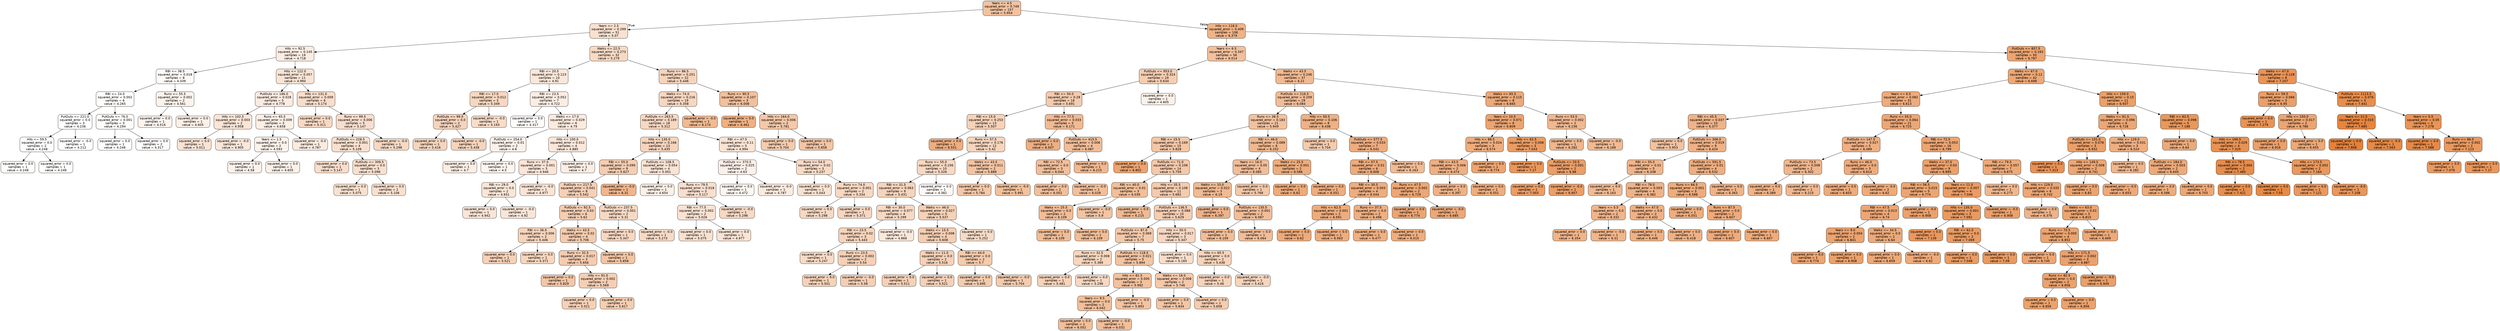
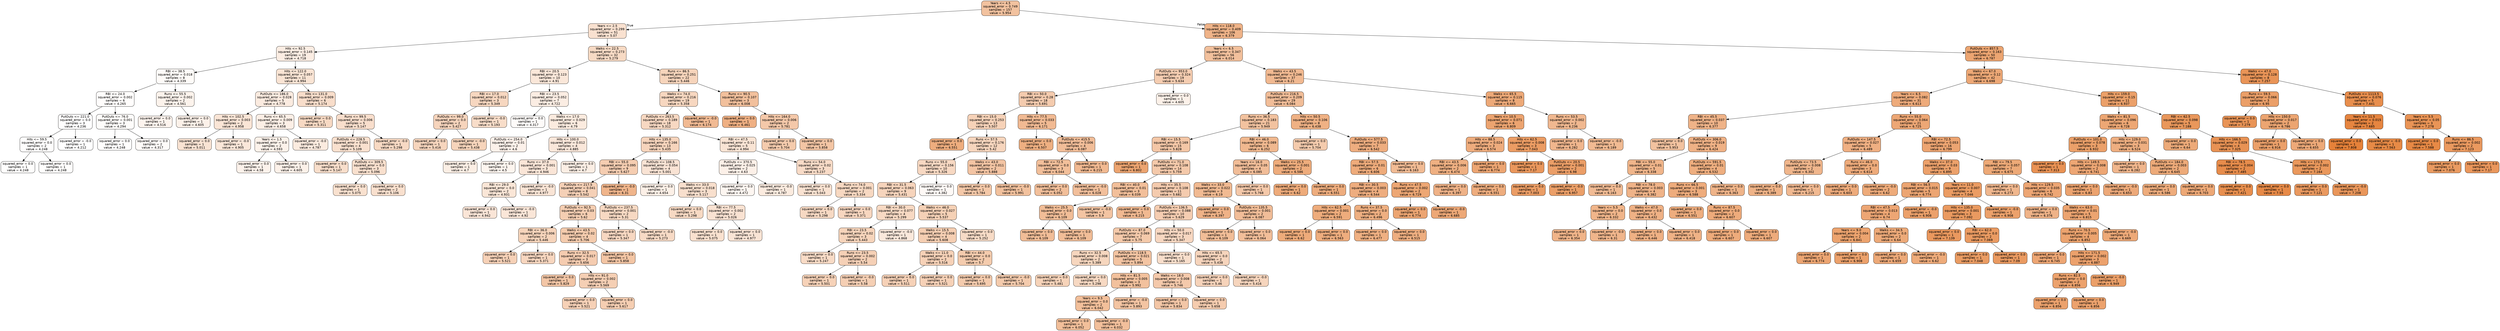
digraph Tree {
node [shape=box, style="filled, rounded", color="black", fontname="helvetica"] ;
edge [fontname="helvetica"] ;
0 [label="Years <= 4.5\nsquared_error = 0.749\nsamples = 157\nvalue = 5.954", fillcolor="#f2c29f"] ;
1 [label="Years <= 2.5\nsquared_error = 0.299\nsamples = 51\nvalue = 5.07", fillcolor="#f9e1d0"] ;
0 -> 1 [labeldistance=2.5, labelangle=45, headlabel="True"] ;
2 [label="Hits <= 92.5\nsquared_error = 0.145\nsamples = 19\nvalue = 4.718", fillcolor="#fbede3"] ;
1 -> 2 ;
3 [label="RBI <= 38.5\nsquared_error = 0.018\nsamples = 8\nvalue = 4.339", fillcolor="#fefbf8"] ;
2 -> 3 ;
4 [label="RBI <= 24.0\nsquared_error = 0.002\nsamples = 6\nvalue = 4.265", fillcolor="#fffdfc"] ;
3 -> 4 ;
5 [label="PutOuts <= 221.0\nsquared_error = 0.0\nsamples = 3\nvalue = 4.236", fillcolor="#fffefe"] ;
4 -> 5 ;
6 [label="Hits <= 59.5\nsquared_error = 0.0\nsamples = 2\nvalue = 4.248", fillcolor="#fffefd"] ;
5 -> 6 ;
7 [label="squared_error = 0.0\nsamples = 1\nvalue = 4.248", fillcolor="#fffefd"] ;
6 -> 7 ;
8 [label="squared_error = 0.0\nsamples = 1\nvalue = 4.248", fillcolor="#fffefd"] ;
6 -> 8 ;
9 [label="squared_error = -0.0\nsamples = 1\nvalue = 4.212", fillcolor="#ffffff"] ;
5 -> 9 ;
10 [label="PutOuts <= 76.0\nsquared_error = 0.001\nsamples = 3\nvalue = 4.294", fillcolor="#fefcfa"] ;
4 -> 10 ;
11 [label="squared_error = 0.0\nsamples = 1\nvalue = 4.248", fillcolor="#fffefd"] ;
10 -> 11 ;
12 [label="squared_error = 0.0\nsamples = 2\nvalue = 4.317", fillcolor="#fefbf9"] ;
10 -> 12 ;
13 [label="Runs <= 55.5\nsquared_error = 0.002\nsamples = 2\nvalue = 4.561", fillcolor="#fcf3ec"] ;
3 -> 13 ;
14 [label="squared_error = 0.0\nsamples = 1\nvalue = 4.516", fillcolor="#fdf4ee"] ;
13 -> 14 ;
15 [label="squared_error = 0.0\nsamples = 1\nvalue = 4.605", fillcolor="#fcf1e9"] ;
13 -> 15 ;
16 [label="Hits <= 122.0\nsquared_error = 0.057\nsamples = 11\nvalue = 4.994", fillcolor="#f9e4d4"] ;
2 -> 16 ;
17 [label="PutOuts <= 186.0\nsquared_error = 0.028\nsamples = 5\nvalue = 4.778", fillcolor="#fbebe0"] ;
16 -> 17 ;
18 [label="Hits <= 102.5\nsquared_error = 0.003\nsamples = 2\nvalue = 4.958", fillcolor="#fae5d6"] ;
17 -> 18 ;
19 [label="squared_error = 0.0\nsamples = 1\nvalue = 5.011", fillcolor="#f9e3d3"] ;
18 -> 19 ;
20 [label="squared_error = -0.0\nsamples = 1\nvalue = 4.905", fillcolor="#fae7d9"] ;
18 -> 20 ;
21 [label="Runs <= 65.5\nsquared_error = 0.009\nsamples = 3\nvalue = 4.658", fillcolor="#fcefe6"] ;
17 -> 21 ;
22 [label="Years <= 1.5\nsquared_error = 0.0\nsamples = 2\nvalue = 4.593", fillcolor="#fcf2ea"] ;
21 -> 22 ;
23 [label="squared_error = 0.0\nsamples = 1\nvalue = 4.58", fillcolor="#fcf2eb"] ;
22 -> 23 ;
24 [label="squared_error = 0.0\nsamples = 1\nvalue = 4.605", fillcolor="#fcf1e9"] ;
22 -> 24 ;
25 [label="squared_error = -0.0\nsamples = 1\nvalue = 4.787", fillcolor="#fbebdf"] ;
21 -> 25 ;
26 [label="Hits <= 131.0\nsquared_error = 0.009\nsamples = 6\nvalue = 5.174", fillcolor="#f8ddca"] ;
16 -> 26 ;
27 [label="squared_error = 0.0\nsamples = 1\nvalue = 5.311", fillcolor="#f7d9c3"] ;
26 -> 27 ;
28 [label="Runs <= 99.5\nsquared_error = 0.006\nsamples = 5\nvalue = 5.147", fillcolor="#f8decc"] ;
26 -> 28 ;
29 [label="PutOuts <= 228.5\nsquared_error = 0.001\nsamples = 4\nvalue = 5.109", fillcolor="#f9e0ce"] ;
28 -> 29 ;
30 [label="squared_error = 0.0\nsamples = 1\nvalue = 5.147", fillcolor="#f8decb"] ;
29 -> 30 ;
31 [label="PutOuts <= 309.5\nsquared_error = 0.0\nsamples = 3\nvalue = 5.096", fillcolor="#f9e0ce"] ;
29 -> 31 ;
32 [label="squared_error = 0.0\nsamples = 1\nvalue = 5.075", fillcolor="#f9e1cf"] ;
31 -> 32 ;
33 [label="squared_error = 0.0\nsamples = 2\nvalue = 5.106", fillcolor="#f9e0ce"] ;
31 -> 33 ;
34 [label="squared_error = -0.0\nsamples = 1\nvalue = 5.298", fillcolor="#f7d9c3"] ;
28 -> 34 ;
35 [label="Walks <= 22.5\nsquared_error = 0.273\nsamples = 32\nvalue = 5.279", fillcolor="#f7dac4"] ;
1 -> 35 ;
36 [label="RBI <= 20.5\nsquared_error = 0.123\nsamples = 10\nvalue = 4.91", fillcolor="#fae7d9"] ;
35 -> 36 ;
37 [label="RBI <= 17.0\nsquared_error = 0.012\nsamples = 3\nvalue = 5.349", fillcolor="#f7d7c0"] ;
36 -> 37 ;
38 [label="PutOuts <= 99.0\nsquared_error = 0.0\nsamples = 2\nvalue = 5.427", fillcolor="#f6d4bc"] ;
37 -> 38 ;
39 [label="squared_error = 0.0\nsamples = 1\nvalue = 5.416", fillcolor="#f6d5bd"] ;
38 -> 39 ;
40 [label="squared_error = -0.0\nsamples = 1\nvalue = 5.438", fillcolor="#f6d4bb"] ;
38 -> 40 ;
41 [label="squared_error = -0.0\nsamples = 1\nvalue = 5.193", fillcolor="#f8ddc9"] ;
37 -> 41 ;
42 [label="RBI <= 23.5\nsquared_error = 0.052\nsamples = 7\nvalue = 4.722", fillcolor="#fbede3"] ;
36 -> 42 ;
43 [label="squared_error = 0.0\nsamples = 1\nvalue = 4.317", fillcolor="#fefbf9"] ;
42 -> 43 ;
44 [label="Walks <= 17.0\nsquared_error = 0.029\nsamples = 6\nvalue = 4.79", fillcolor="#fbebdf"] ;
42 -> 44 ;
45 [label="PutOuts <= 254.0\nsquared_error = 0.01\nsamples = 2\nvalue = 4.6", fillcolor="#fcf1ea"] ;
44 -> 45 ;
46 [label="squared_error = 0.0\nsamples = 1\nvalue = 4.7", fillcolor="#fbeee4"] ;
45 -> 46 ;
47 [label="squared_error = 0.0\nsamples = 1\nvalue = 4.5", fillcolor="#fdf5ef"] ;
45 -> 47 ;
48 [label="Hits <= 100.0\nsquared_error = 0.012\nsamples = 4\nvalue = 4.885", fillcolor="#fae7da"] ;
44 -> 48 ;
49 [label="Runs <= 37.0\nsquared_error = 0.001\nsamples = 3\nvalue = 4.946", fillcolor="#fae5d7"] ;
48 -> 49 ;
50 [label="RBI <= 29.0\nsquared_error = 0.0\nsamples = 2\nvalue = 4.931", fillcolor="#fae6d7"] ;
49 -> 50 ;
51 [label="squared_error = 0.0\nsamples = 1\nvalue = 4.942", fillcolor="#fae5d7"] ;
50 -> 51 ;
52 [label="squared_error = -0.0\nsamples = 1\nvalue = 4.92", fillcolor="#fae6d8"] ;
50 -> 52 ;
53 [label="squared_error = -0.0\nsamples = 1\nvalue = 4.977", fillcolor="#f9e4d5"] ;
49 -> 53 ;
54 [label="squared_error = 0.0\nsamples = 1\nvalue = 4.7", fillcolor="#fbeee4"] ;
48 -> 54 ;
55 [label="Runs <= 86.5\nsquared_error = 0.251\nsamples = 22\nvalue = 5.446", fillcolor="#f6d4bb"] ;
35 -> 55 ;
56 [label="Walks <= 74.0\nsquared_error = 0.216\nsamples = 19\nvalue = 5.358", fillcolor="#f7d7c0"] ;
55 -> 56 ;
57 [label="PutOuts <= 263.5\nsquared_error = 0.189\nsamples = 18\nvalue = 5.312", fillcolor="#f7d8c2"] ;
56 -> 57 ;
58 [label="Hits <= 135.0\nsquared_error = 0.166\nsamples = 13\nvalue = 5.435", fillcolor="#f6d4bc"] ;
57 -> 58 ;
59 [label="RBI <= 55.0\nsquared_error = 0.095\nsamples = 9\nvalue = 5.627", fillcolor="#f5cdb1"] ;
58 -> 59 ;
60 [label="PutOuts <= 217.5\nsquared_error = 0.041\nsamples = 8\nvalue = 5.542", fillcolor="#f5d0b6"] ;
59 -> 60 ;
61 [label="PutOuts <= 92.5\nsquared_error = 0.03\nsamples = 6\nvalue = 5.62", fillcolor="#f5ceb2"] ;
60 -> 61 ;
62 [label="RBI <= 36.0\nsquared_error = 0.006\nsamples = 2\nvalue = 5.446", fillcolor="#f6d4bb"] ;
61 -> 62 ;
63 [label="squared_error = 0.0\nsamples = 1\nvalue = 5.521", fillcolor="#f6d1b7"] ;
62 -> 63 ;
64 [label="squared_error = 0.0\nsamples = 1\nvalue = 5.371", fillcolor="#f7d6bf"] ;
62 -> 64 ;
65 [label="Walks <= 43.5\nsquared_error = 0.02\nsamples = 4\nvalue = 5.706", fillcolor="#f4cbad"] ;
61 -> 65 ;
66 [label="Runs <= 32.5\nsquared_error = 0.017\nsamples = 3\nvalue = 5.656", fillcolor="#f5ccb0"] ;
65 -> 66 ;
67 [label="squared_error = 0.0\nsamples = 1\nvalue = 5.829", fillcolor="#f3c6a6"] ;
66 -> 67 ;
68 [label="Hits <= 91.0\nsquared_error = 0.002\nsamples = 2\nvalue = 5.569", fillcolor="#f5cfb4"] ;
66 -> 68 ;
69 [label="squared_error = 0.0\nsamples = 1\nvalue = 5.521", fillcolor="#f6d1b7"] ;
68 -> 69 ;
70 [label="squared_error = 0.0\nsamples = 1\nvalue = 5.617", fillcolor="#f5ceb2"] ;
68 -> 70 ;
71 [label="squared_error = 0.0\nsamples = 1\nvalue = 5.858", fillcolor="#f3c5a4"] ;
65 -> 71 ;
72 [label="PutOuts <= 237.5\nsquared_error = 0.001\nsamples = 2\nvalue = 5.31", fillcolor="#f7d9c3"] ;
60 -> 72 ;
73 [label="squared_error = 0.0\nsamples = 1\nvalue = 5.347", fillcolor="#f7d7c1"] ;
72 -> 73 ;
74 [label="squared_error = -0.0\nsamples = 1\nvalue = 5.273", fillcolor="#f7dac5"] ;
72 -> 74 ;
75 [label="squared_error = -0.0\nsamples = 1\nvalue = 6.31", fillcolor="#f0b58b"] ;
59 -> 75 ;
76 [label="PutOuts <= 108.5\nsquared_error = 0.054\nsamples = 4\nvalue = 5.001", fillcolor="#f9e3d4"] ;
58 -> 76 ;
77 [label="squared_error = 0.0\nsamples = 1\nvalue = 4.654", fillcolor="#fcf0e7"] ;
76 -> 77 ;
- 78 [label="Runs <= 79.5\nsquared_error = 0.018\nsamples = 3\nvalue = 5.117", fillcolor="#f8dfcd"] ;
+ 78 [label="Walks <= 33.0\nsquared_error = 0.018\nsamples = 3\nvalue = 5.117", fillcolor="#f8dfcd"] ;
76 -> 78 ;
- 79 [label="RBI <= 77.5\nsquared_error = 0.002\nsamples = 2\nvalue = 5.026", fillcolor="#f9e2d2"] ;
+ 79 [label="squared_error = 0.0\nsamples = 1\nvalue = 5.298", fillcolor="#f7d9c3"] ;
78 -> 79 ;
- 80 [label="squared_error = 0.0\nsamples = 1\nvalue = 5.075", fillcolor="#f9e1cf"] ;
- 79 -> 80 ;
- 81 [label="squared_error = 0.0\nsamples = 1\nvalue = 4.977", fillcolor="#f9e4d5"] ;
- 79 -> 81 ;
- 82 [label="squared_error = -0.0\nsamples = 1\nvalue = 5.298", fillcolor="#f7d9c3"] ;
- 78 -> 82 ;
+ 80 [label="RBI <= 77.5\nsquared_error = 0.002\nsamples = 2\nvalue = 5.026", fillcolor="#f9e2d2"] ;
+ 78 -> 80 ;
+ 81 [label="squared_error = 0.0\nsamples = 1\nvalue = 5.075", fillcolor="#f9e1cf"] ;
+ 80 -> 81 ;
+ 82 [label="squared_error = 0.0\nsamples = 1\nvalue = 4.977", fillcolor="#f9e4d5"] ;
+ 80 -> 82 ;
83 [label="RBI <= 47.5\nsquared_error = 0.11\nsamples = 5\nvalue = 4.994", fillcolor="#f9e4d4"] ;
57 -> 83 ;
84 [label="PutOuts <= 370.5\nsquared_error = 0.025\nsamples = 2\nvalue = 4.63", fillcolor="#fcf0e8"] ;
83 -> 84 ;
85 [label="squared_error = 0.0\nsamples = 1\nvalue = 4.472", fillcolor="#fdf6f1"] ;
84 -> 85 ;
86 [label="squared_error = -0.0\nsamples = 1\nvalue = 4.787", fillcolor="#fbebdf"] ;
84 -> 86 ;
87 [label="Runs <= 54.0\nsquared_error = 0.02\nsamples = 3\nvalue = 5.237", fillcolor="#f8dbc7"] ;
83 -> 87 ;
88 [label="squared_error = 0.0\nsamples = 1\nvalue = 5.043", fillcolor="#f9e2d1"] ;
87 -> 88 ;
89 [label="Runs <= 74.0\nsquared_error = 0.001\nsamples = 2\nvalue = 5.334", fillcolor="#f7d8c1"] ;
87 -> 89 ;
90 [label="squared_error = 0.0\nsamples = 1\nvalue = 5.298", fillcolor="#f7d9c3"] ;
89 -> 90 ;
91 [label="squared_error = 0.0\nsamples = 1\nvalue = 5.371", fillcolor="#f7d6bf"] ;
89 -> 91 ;
92 [label="squared_error = -0.0\nsamples = 1\nvalue = 6.174", fillcolor="#f1ba93"] ;
56 -> 92 ;
93 [label="Runs <= 90.5\nsquared_error = 0.107\nsamples = 3\nvalue = 6.008", fillcolor="#f2c09c"] ;
55 -> 93 ;
94 [label="squared_error = 0.0\nsamples = 1\nvalue = 6.461", fillcolor="#efb083"] ;
93 -> 94 ;
95 [label="Hits <= 164.0\nsquared_error = 0.006\nsamples = 2\nvalue = 5.781", fillcolor="#f4c8a9"] ;
93 -> 95 ;
96 [label="squared_error = 0.0\nsamples = 1\nvalue = 5.704", fillcolor="#f4cbad"] ;
95 -> 96 ;
97 [label="squared_error = 0.0\nsamples = 1\nvalue = 5.858", fillcolor="#f3c5a4"] ;
95 -> 97 ;
98 [label="Hits <= 118.0\nsquared_error = 0.409\nsamples = 106\nvalue = 6.379", fillcolor="#efb388"] ;
0 -> 98 [labeldistance=2.5, labelangle=-45, headlabel="False"] ;
99 [label="Years <= 6.5\nsquared_error = 0.347\nsamples = 56\nvalue = 6.014", fillcolor="#f2c09c"] ;
98 -> 99 ;
100 [label="PutOuts <= 953.0\nsquared_error = 0.324\nsamples = 19\nvalue = 5.634", fillcolor="#f5cdb1"] ;
99 -> 100 ;
101 [label="RBI <= 50.0\nsquared_error = 0.28\nsamples = 18\nvalue = 5.691", fillcolor="#f4cbae"] ;
100 -> 101 ;
102 [label="RBI <= 15.0\nsquared_error = 0.253\nsamples = 13\nvalue = 5.507", fillcolor="#f6d2b8"] ;
101 -> 102 ;
103 [label="squared_error = 0.0\nsamples = 1\nvalue = 6.551", fillcolor="#eead7e"] ;
102 -> 103 ;
104 [label="Runs <= 57.5\nsquared_error = 0.176\nsamples = 12\nvalue = 5.42", fillcolor="#f6d5bd"] ;
102 -> 104 ;
105 [label="Runs <= 55.0\nsquared_error = 0.156\nsamples = 10\nvalue = 5.326", fillcolor="#f7d8c2"] ;
104 -> 105 ;
106 [label="RBI <= 31.5\nsquared_error = 0.063\nsamples = 9\nvalue = 5.431", fillcolor="#f6d4bc"] ;
105 -> 106 ;
107 [label="RBI <= 30.0\nsquared_error = 0.077\nsamples = 4\nvalue = 5.299", fillcolor="#f7d9c3"] ;
106 -> 107 ;
108 [label="RBI <= 23.5\nsquared_error = 0.02\nsamples = 3\nvalue = 5.443", fillcolor="#f6d4bb"] ;
107 -> 108 ;
109 [label="squared_error = 0.0\nsamples = 1\nvalue = 5.247", fillcolor="#f8dbc6"] ;
108 -> 109 ;
110 [label="Runs <= 23.5\nsquared_error = 0.002\nsamples = 2\nvalue = 5.54", fillcolor="#f5d0b6"] ;
108 -> 110 ;
111 [label="squared_error = 0.0\nsamples = 1\nvalue = 5.501", fillcolor="#f6d2b8"] ;
110 -> 111 ;
112 [label="squared_error = -0.0\nsamples = 1\nvalue = 5.58", fillcolor="#f5cfb4"] ;
110 -> 112 ;
113 [label="squared_error = -0.0\nsamples = 1\nvalue = 4.868", fillcolor="#fae8db"] ;
107 -> 113 ;
114 [label="Walks <= 46.0\nsquared_error = 0.027\nsamples = 5\nvalue = 5.537", fillcolor="#f5d1b6"] ;
106 -> 114 ;
115 [label="Walks <= 15.5\nsquared_error = 0.008\nsamples = 4\nvalue = 5.608", fillcolor="#f5ceb2"] ;
114 -> 115 ;
116 [label="Walks <= 11.0\nsquared_error = 0.0\nsamples = 2\nvalue = 5.516", fillcolor="#f6d1b7"] ;
115 -> 116 ;
117 [label="squared_error = 0.0\nsamples = 1\nvalue = 5.511", fillcolor="#f6d1b7"] ;
116 -> 117 ;
118 [label="squared_error = 0.0\nsamples = 1\nvalue = 5.521", fillcolor="#f6d1b7"] ;
116 -> 118 ;
119 [label="RBI <= 44.0\nsquared_error = 0.0\nsamples = 2\nvalue = 5.7", fillcolor="#f4cbad"] ;
115 -> 119 ;
120 [label="squared_error = 0.0\nsamples = 1\nvalue = 5.695", fillcolor="#f4cbad"] ;
119 -> 120 ;
121 [label="squared_error = -0.0\nsamples = 1\nvalue = 5.704", fillcolor="#f4cbad"] ;
119 -> 121 ;
122 [label="squared_error = 0.0\nsamples = 1\nvalue = 5.252", fillcolor="#f7dbc6"] ;
114 -> 122 ;
123 [label="squared_error = 0.0\nsamples = 1\nvalue = 4.382", fillcolor="#fef9f6"] ;
105 -> 123 ;
124 [label="Walks <= 43.0\nsquared_error = 0.011\nsamples = 2\nvalue = 5.888", fillcolor="#f3c4a3"] ;
104 -> 124 ;
125 [label="squared_error = 0.0\nsamples = 1\nvalue = 5.784", fillcolor="#f4c8a8"] ;
124 -> 125 ;
126 [label="squared_error = -0.0\nsamples = 1\nvalue = 5.991", fillcolor="#f2c19d"] ;
124 -> 126 ;
127 [label="Hits <= 77.5\nsquared_error = 0.033\nsamples = 5\nvalue = 6.171", fillcolor="#f1ba93"] ;
101 -> 127 ;
128 [label="squared_error = 0.0\nsamples = 1\nvalue = 6.507", fillcolor="#eeaf81"] ;
127 -> 128 ;
129 [label="PutOuts <= 415.5\nsquared_error = 0.006\nsamples = 4\nvalue = 6.087", fillcolor="#f1bd98"] ;
127 -> 129 ;
130 [label="RBI <= 72.5\nsquared_error = 0.0\nsamples = 3\nvalue = 6.044", fillcolor="#f2bf9a"] ;
129 -> 130 ;
131 [label="squared_error = 0.0\nsamples = 2\nvalue = 6.052", fillcolor="#f2bf9a"] ;
130 -> 131 ;
132 [label="squared_error = -0.0\nsamples = 1\nvalue = 6.028", fillcolor="#f2bf9b"] ;
130 -> 132 ;
133 [label="squared_error = 0.0\nsamples = 1\nvalue = 6.215", fillcolor="#f1b991"] ;
129 -> 133 ;
134 [label="squared_error = 0.0\nsamples = 1\nvalue = 4.605", fillcolor="#fcf1e9"] ;
100 -> 134 ;
135 [label="Walks <= 43.5\nsquared_error = 0.246\nsamples = 37\nvalue = 6.21", fillcolor="#f1b991"] ;
99 -> 135 ;
136 [label="PutOuts <= 216.5\nsquared_error = 0.209\nsamples = 29\nvalue = 6.084", fillcolor="#f1bd98"] ;
135 -> 136 ;
137 [label="Runs <= 36.5\nsquared_error = 0.183\nsamples = 21\nvalue = 5.949", fillcolor="#f2c29f"] ;
136 -> 137 ;
138 [label="RBI <= 15.5\nsquared_error = 0.169\nsamples = 15\nvalue = 5.828", fillcolor="#f3c6a6"] ;
137 -> 138 ;
139 [label="squared_error = 0.0\nsamples = 1\nvalue = 6.802", fillcolor="#eca470"] ;
138 -> 139 ;
140 [label="PutOuts <= 71.0\nsquared_error = 0.108\nsamples = 14\nvalue = 5.759", fillcolor="#f4c9aa"] ;
138 -> 140 ;
141 [label="RBI <= 40.0\nsquared_error = 0.01\nsamples = 3\nvalue = 6.039", fillcolor="#f2bf9a"] ;
140 -> 141 ;
142 [label="Walks <= 25.5\nsquared_error = 0.0\nsamples = 2\nvalue = 6.109", fillcolor="#f1bd97"] ;
141 -> 142 ;
143 [label="squared_error = 0.0\nsamples = 1\nvalue = 6.109", fillcolor="#f1bd97"] ;
142 -> 143 ;
144 [label="squared_error = 0.0\nsamples = 1\nvalue = 6.109", fillcolor="#f1bd97"] ;
142 -> 144 ;
145 [label="squared_error = -0.0\nsamples = 1\nvalue = 5.9", fillcolor="#f3c4a2"] ;
141 -> 145 ;
146 [label="Hits <= 35.5\nsquared_error = 0.108\nsamples = 11\nvalue = 5.682", fillcolor="#f4cbae"] ;
140 -> 146 ;
147 [label="squared_error = 0.0\nsamples = 1\nvalue = 6.215", fillcolor="#f1b991"] ;
146 -> 147 ;
148 [label="PutOuts <= 136.5\nsquared_error = 0.088\nsamples = 10\nvalue = 5.629", fillcolor="#f5cdb1"] ;
146 -> 148 ;
149 [label="PutOuts <= 87.0\nsquared_error = 0.069\nsamples = 7\nvalue = 5.75", fillcolor="#f4c9aa"] ;
148 -> 149 ;
150 [label="Runs <= 32.5\nsquared_error = 0.008\nsamples = 2\nvalue = 5.389", fillcolor="#f6d6be"] ;
149 -> 150 ;
151 [label="squared_error = 0.0\nsamples = 1\nvalue = 5.481", fillcolor="#f6d3b9"] ;
150 -> 151 ;
152 [label="squared_error = 0.0\nsamples = 1\nvalue = 5.298", fillcolor="#f7d9c3"] ;
150 -> 152 ;
153 [label="PutOuts <= 118.5\nsquared_error = 0.021\nsamples = 5\nvalue = 5.894", fillcolor="#f3c4a2"] ;
149 -> 153 ;
154 [label="Hits <= 81.5\nsquared_error = 0.005\nsamples = 3\nvalue = 5.992", fillcolor="#f2c19d"] ;
153 -> 154 ;
155 [label="Years <= 9.5\nsquared_error = 0.0\nsamples = 2\nvalue = 6.042", fillcolor="#f2bf9a"] ;
154 -> 155 ;
156 [label="squared_error = 0.0\nsamples = 1\nvalue = 6.052", fillcolor="#f2bf9a"] ;
155 -> 156 ;
157 [label="squared_error = -0.0\nsamples = 1\nvalue = 6.032", fillcolor="#f2bf9b"] ;
155 -> 157 ;
158 [label="squared_error = -0.0\nsamples = 1\nvalue = 5.893", fillcolor="#f3c4a2"] ;
154 -> 158 ;
159 [label="Walks <= 18.0\nsquared_error = 0.008\nsamples = 2\nvalue = 5.746", fillcolor="#f4c9ab"] ;
153 -> 159 ;
160 [label="squared_error = 0.0\nsamples = 1\nvalue = 5.834", fillcolor="#f3c6a6"] ;
159 -> 160 ;
161 [label="squared_error = 0.0\nsamples = 1\nvalue = 5.658", fillcolor="#f5ccaf"] ;
159 -> 161 ;
162 [label="Hits <= 50.0\nsquared_error = 0.017\nsamples = 3\nvalue = 5.347", fillcolor="#f7d7c1"] ;
148 -> 162 ;
163 [label="squared_error = 0.0\nsamples = 1\nvalue = 5.165", fillcolor="#f8decb"] ;
162 -> 163 ;
164 [label="Hits <= 65.5\nsquared_error = 0.0\nsamples = 2\nvalue = 5.438", fillcolor="#f6d4bc"] ;
162 -> 164 ;
165 [label="squared_error = 0.0\nsamples = 1\nvalue = 5.46", fillcolor="#f6d3ba"] ;
164 -> 165 ;
166 [label="squared_error = -0.0\nsamples = 1\nvalue = 5.416", fillcolor="#f6d5bd"] ;
164 -> 166 ;
167 [label="RBI <= 46.0\nsquared_error = 0.089\nsamples = 6\nvalue = 6.252", fillcolor="#f0b88f"] ;
137 -> 167 ;
168 [label="Years <= 16.0\nsquared_error = 0.05\nsamples = 4\nvalue = 6.085", fillcolor="#f1bd98"] ;
167 -> 168 ;
169 [label="Walks <= 33.0\nsquared_error = 0.022\nsamples = 3\nvalue = 6.19", fillcolor="#f1ba92"] ;
168 -> 169 ;
170 [label="squared_error = 0.0\nsamples = 1\nvalue = 6.397", fillcolor="#efb287"] ;
169 -> 170 ;
171 [label="PutOuts <= 135.5\nsquared_error = 0.001\nsamples = 2\nvalue = 6.087", fillcolor="#f1bd98"] ;
169 -> 171 ;
172 [label="squared_error = 0.0\nsamples = 1\nvalue = 6.109", fillcolor="#f1bd97"] ;
171 -> 172 ;
173 [label="squared_error = 0.0\nsamples = 1\nvalue = 6.064", fillcolor="#f2be99"] ;
171 -> 173 ;
174 [label="squared_error = 0.0\nsamples = 1\nvalue = 5.768", fillcolor="#f4c8a9"] ;
168 -> 174 ;
175 [label="Walks <= 25.5\nsquared_error = 0.001\nsamples = 2\nvalue = 6.586", fillcolor="#eeac7c"] ;
167 -> 175 ;
176 [label="squared_error = 0.0\nsamples = 1\nvalue = 6.62", fillcolor="#eeab7a"] ;
175 -> 176 ;
177 [label="squared_error = 0.0\nsamples = 1\nvalue = 6.551", fillcolor="#eead7e"] ;
175 -> 177 ;
178 [label="Hits <= 50.5\nsquared_error = 0.106\nsamples = 8\nvalue = 6.438", fillcolor="#efb184"] ;
136 -> 178 ;
179 [label="squared_error = 0.0\nsamples = 1\nvalue = 5.704", fillcolor="#f4cbad"] ;
178 -> 179 ;
180 [label="PutOuts <= 577.5\nsquared_error = 0.033\nsamples = 7\nvalue = 6.542", fillcolor="#eead7f"] ;
178 -> 180 ;
181 [label="RBI <= 57.5\nsquared_error = 0.01\nsamples = 6\nvalue = 6.606", fillcolor="#eeab7b"] ;
180 -> 181 ;
182 [label="RBI <= 30.5\nsquared_error = 0.003\nsamples = 4\nvalue = 6.544", fillcolor="#eead7f"] ;
181 -> 182 ;
183 [label="Hits <= 62.5\nsquared_error = 0.001\nsamples = 2\nvalue = 6.591", fillcolor="#eeac7c"] ;
182 -> 183 ;
184 [label="squared_error = 0.0\nsamples = 1\nvalue = 6.62", fillcolor="#eeab7a"] ;
183 -> 184 ;
185 [label="squared_error = 0.0\nsamples = 1\nvalue = 6.563", fillcolor="#eead7e"] ;
183 -> 185 ;
186 [label="Runs <= 37.5\nsquared_error = 0.0\nsamples = 2\nvalue = 6.496", fillcolor="#eeaf81"] ;
182 -> 186 ;
187 [label="squared_error = 0.0\nsamples = 1\nvalue = 6.477", fillcolor="#efb082"] ;
186 -> 187 ;
188 [label="squared_error = 0.0\nsamples = 1\nvalue = 6.515", fillcolor="#eeae80"] ;
186 -> 188 ;
189 [label="Runs <= 47.5\nsquared_error = 0.002\nsamples = 2\nvalue = 6.729", fillcolor="#eda774"] ;
181 -> 189 ;
190 [label="squared_error = 0.0\nsamples = 1\nvalue = 6.774", fillcolor="#eca572"] ;
189 -> 190 ;
191 [label="squared_error = -0.0\nsamples = 1\nvalue = 6.685", fillcolor="#eda877"] ;
189 -> 191 ;
192 [label="squared_error = 0.0\nsamples = 1\nvalue = 6.163", fillcolor="#f1bb94"] ;
180 -> 192 ;
193 [label="Walks <= 65.5\nsquared_error = 0.115\nsamples = 8\nvalue = 6.665", fillcolor="#eda978"] ;
135 -> 193 ;
194 [label="Years <= 10.5\nsquared_error = 0.071\nsamples = 6\nvalue = 6.809", fillcolor="#eca470"] ;
193 -> 194 ;
195 [label="Hits <= 88.5\nsquared_error = 0.024\nsamples = 3\nvalue = 6.574", fillcolor="#eeac7d"] ;
194 -> 195 ;
196 [label="RBI <= 43.5\nsquared_error = 0.006\nsamples = 2\nvalue = 6.474", fillcolor="#efb082"] ;
195 -> 196 ;
197 [label="squared_error = 0.0\nsamples = 1\nvalue = 6.397", fillcolor="#efb287"] ;
196 -> 197 ;
198 [label="squared_error = 0.0\nsamples = 1\nvalue = 6.551", fillcolor="#eead7e"] ;
196 -> 198 ;
199 [label="squared_error = 0.0\nsamples = 1\nvalue = 6.774", fillcolor="#eca572"] ;
195 -> 199 ;
200 [label="Hits <= 62.5\nsquared_error = 0.008\nsamples = 3\nvalue = 7.043", fillcolor="#eb9c63"] ;
194 -> 200 ;
201 [label="squared_error = 0.0\nsamples = 1\nvalue = 7.17", fillcolor="#ea975c"] ;
200 -> 201 ;
202 [label="PutOuts <= 20.5\nsquared_error = 0.001\nsamples = 2\nvalue = 6.98", fillcolor="#eb9e67"] ;
200 -> 202 ;
203 [label="squared_error = 0.0\nsamples = 1\nvalue = 7.003", fillcolor="#eb9d65"] ;
202 -> 203 ;
204 [label="squared_error = -0.0\nsamples = 1\nvalue = 6.957", fillcolor="#eb9f68"] ;
202 -> 204 ;
205 [label="Runs <= 53.5\nsquared_error = 0.002\nsamples = 2\nvalue = 6.236", fillcolor="#f0b890"] ;
193 -> 205 ;
206 [label="squared_error = 0.0\nsamples = 1\nvalue = 6.282", fillcolor="#f0b68d"] ;
205 -> 206 ;
207 [label="squared_error = -0.0\nsamples = 1\nvalue = 6.189", fillcolor="#f1ba92"] ;
205 -> 207 ;
208 [label="PutOuts <= 857.5\nsquared_error = 0.163\nsamples = 50\nvalue = 6.787", fillcolor="#eca571"] ;
98 -> 208 ;
209 [label="Walks <= 67.0\nsquared_error = 0.12\nsamples = 42\nvalue = 6.698", fillcolor="#eda876"] ;
208 -> 209 ;
210 [label="Years <= 6.5\nsquared_error = 0.082\nsamples = 31\nvalue = 6.613", fillcolor="#eeab7b"] ;
209 -> 210 ;
211 [label="RBI <= 45.5\nsquared_error = 0.037\nsamples = 10\nvalue = 6.377", fillcolor="#efb388"] ;
210 -> 211 ;
212 [label="squared_error = 0.0\nsamples = 1\nvalue = 5.953", fillcolor="#f2c29f"] ;
211 -> 212 ;
213 [label="PutOuts <= 306.0\nsquared_error = 0.019\nsamples = 9\nvalue = 6.424", fillcolor="#efb185"] ;
211 -> 213 ;
214 [label="RBI <= 55.0\nsquared_error = 0.01\nsamples = 5\nvalue = 6.338", fillcolor="#f0b58a"] ;
213 -> 214 ;
215 [label="squared_error = 0.0\nsamples = 1\nvalue = 6.163", fillcolor="#f1bb94"] ;
214 -> 215 ;
216 [label="RBI <= 78.0\nsquared_error = 0.003\nsamples = 4\nvalue = 6.382", fillcolor="#efb388"] ;
214 -> 216 ;
217 [label="Years <= 5.5\nsquared_error = 0.0\nsamples = 2\nvalue = 6.332", fillcolor="#f0b58a"] ;
216 -> 217 ;
218 [label="squared_error = 0.0\nsamples = 1\nvalue = 6.354", fillcolor="#f0b489"] ;
217 -> 218 ;
219 [label="squared_error = -0.0\nsamples = 1\nvalue = 6.31", fillcolor="#f0b58b"] ;
217 -> 219 ;
220 [label="Walks <= 47.0\nsquared_error = 0.0\nsamples = 2\nvalue = 6.432", fillcolor="#efb185"] ;
216 -> 220 ;
221 [label="squared_error = 0.0\nsamples = 1\nvalue = 6.446", fillcolor="#efb184"] ;
220 -> 221 ;
222 [label="squared_error = 0.0\nsamples = 1\nvalue = 6.418", fillcolor="#efb286"] ;
220 -> 222 ;
223 [label="PutOuts <= 591.5\nsquared_error = 0.01\nsamples = 4\nvalue = 6.532", fillcolor="#eeae7f"] ;
213 -> 223 ;
224 [label="Runs <= 66.5\nsquared_error = 0.001\nsamples = 3\nvalue = 6.588", fillcolor="#eeac7c"] ;
223 -> 224 ;
225 [label="squared_error = 0.0\nsamples = 1\nvalue = 6.551", fillcolor="#eead7e"] ;
224 -> 225 ;
226 [label="Runs <= 87.5\nsquared_error = 0.0\nsamples = 2\nvalue = 6.607", fillcolor="#eeab7b"] ;
224 -> 226 ;
227 [label="squared_error = 0.0\nsamples = 1\nvalue = 6.607", fillcolor="#eeab7b"] ;
226 -> 227 ;
228 [label="squared_error = 0.0\nsamples = 1\nvalue = 6.607", fillcolor="#eeab7b"] ;
226 -> 228 ;
229 [label="squared_error = 0.0\nsamples = 1\nvalue = 6.363", fillcolor="#efb489"] ;
223 -> 229 ;
230 [label="Runs <= 55.0\nsquared_error = 0.064\nsamples = 21\nvalue = 6.725", fillcolor="#eda775"] ;
210 -> 230 ;
231 [label="PutOuts <= 147.5\nsquared_error = 0.027\nsamples = 5\nvalue = 6.489", fillcolor="#efaf82"] ;
230 -> 231 ;
232 [label="PutOuts <= 73.5\nsquared_error = 0.008\nsamples = 2\nvalue = 6.302", fillcolor="#f0b68c"] ;
231 -> 232 ;
233 [label="squared_error = 0.0\nsamples = 1\nvalue = 6.389", fillcolor="#efb387"] ;
232 -> 233 ;
234 [label="squared_error = 0.0\nsamples = 1\nvalue = 6.215", fillcolor="#f1b991"] ;
232 -> 234 ;
235 [label="Runs <= 46.0\nsquared_error = 0.0\nsamples = 3\nvalue = 6.614", fillcolor="#eeab7b"] ;
231 -> 235 ;
236 [label="squared_error = 0.0\nsamples = 1\nvalue = 6.603", fillcolor="#eeab7b"] ;
235 -> 236 ;
237 [label="squared_error = -0.0\nsamples = 2\nvalue = 6.62", fillcolor="#eeab7a"] ;
235 -> 237 ;
238 [label="RBI <= 72.5\nsquared_error = 0.053\nsamples = 16\nvalue = 6.799", fillcolor="#eca471"] ;
230 -> 238 ;
239 [label="Walks <= 37.0\nsquared_error = 0.03\nsamples = 9\nvalue = 6.895", fillcolor="#eca16b"] ;
238 -> 239 ;
240 [label="RBI <= 56.5\nsquared_error = 0.015\nsamples = 5\nvalue = 6.774", fillcolor="#eca572"] ;
239 -> 240 ;
241 [label="RBI <= 47.5\nsquared_error = 0.013\nsamples = 4\nvalue = 6.74", fillcolor="#eda674"] ;
240 -> 241 ;
242 [label="Years <= 9.0\nsquared_error = 0.004\nsamples = 2\nvalue = 6.841", fillcolor="#eca36e"] ;
241 -> 242 ;
243 [label="squared_error = 0.0\nsamples = 1\nvalue = 6.774", fillcolor="#eca572"] ;
242 -> 243 ;
244 [label="squared_error = 0.0\nsamples = 1\nvalue = 6.908", fillcolor="#eca16b"] ;
242 -> 244 ;
245 [label="Walks <= 34.5\nsquared_error = 0.0\nsamples = 2\nvalue = 6.64", fillcolor="#edaa79"] ;
241 -> 245 ;
246 [label="squared_error = 0.0\nsamples = 1\nvalue = 6.659", fillcolor="#eda978"] ;
245 -> 246 ;
247 [label="squared_error = -0.0\nsamples = 1\nvalue = 6.62", fillcolor="#eeab7a"] ;
245 -> 247 ;
248 [label="squared_error = -0.0\nsamples = 1\nvalue = 6.908", fillcolor="#eca16b"] ;
240 -> 248 ;
249 [label="Years <= 11.0\nsquared_error = 0.007\nsamples = 4\nvalue = 7.046", fillcolor="#eb9c63"] ;
239 -> 249 ;
250 [label="Hits <= 135.0\nsquared_error = 0.001\nsamples = 3\nvalue = 7.092", fillcolor="#ea9a60"] ;
249 -> 250 ;
251 [label="squared_error = 0.0\nsamples = 1\nvalue = 7.139", fillcolor="#ea985e"] ;
250 -> 251 ;
252 [label="RBI <= 62.0\nsquared_error = 0.0\nsamples = 2\nvalue = 7.069", fillcolor="#ea9b62"] ;
250 -> 252 ;
253 [label="squared_error = 0.0\nsamples = 1\nvalue = 7.048", fillcolor="#ea9c63"] ;
252 -> 253 ;
254 [label="squared_error = 0.0\nsamples = 1\nvalue = 7.09", fillcolor="#ea9a61"] ;
252 -> 254 ;
255 [label="squared_error = -0.0\nsamples = 1\nvalue = 6.908", fillcolor="#eca16b"] ;
249 -> 255 ;
256 [label="RBI <= 79.5\nsquared_error = 0.057\nsamples = 7\nvalue = 6.675", fillcolor="#eda977"] ;
238 -> 256 ;
257 [label="squared_error = 0.0\nsamples = 1\nvalue = 6.273", fillcolor="#f0b78e"] ;
256 -> 257 ;
258 [label="Hits <= 129.5\nsquared_error = 0.035\nsamples = 6\nvalue = 6.742", fillcolor="#eda674"] ;
256 -> 258 ;
259 [label="squared_error = 0.0\nsamples = 1\nvalue = 6.376", fillcolor="#efb388"] ;
258 -> 259 ;
260 [label="Walks <= 63.0\nsquared_error = 0.01\nsamples = 5\nvalue = 6.815", fillcolor="#eca470"] ;
258 -> 260 ;
261 [label="Runs <= 70.5\nsquared_error = 0.005\nsamples = 4\nvalue = 6.852", fillcolor="#eca36e"] ;
260 -> 261 ;
262 [label="squared_error = 0.0\nsamples = 1\nvalue = 6.745", fillcolor="#eda674"] ;
261 -> 262 ;
263 [label="Hits <= 171.5\nsquared_error = 0.002\nsamples = 3\nvalue = 6.887", fillcolor="#eca16c"] ;
261 -> 263 ;
264 [label="Runs <= 82.5\nsquared_error = 0.0\nsamples = 2\nvalue = 6.856", fillcolor="#eca26d"] ;
263 -> 264 ;
265 [label="squared_error = 0.0\nsamples = 1\nvalue = 6.856", fillcolor="#eca26d"] ;
264 -> 265 ;
266 [label="squared_error = 0.0\nsamples = 1\nvalue = 6.856", fillcolor="#eca26d"] ;
264 -> 266 ;
267 [label="squared_error = -0.0\nsamples = 1\nvalue = 6.949", fillcolor="#eb9f68"] ;
263 -> 267 ;
268 [label="squared_error = -0.0\nsamples = 1\nvalue = 6.669", fillcolor="#eda978"] ;
260 -> 268 ;
269 [label="Hits <= 159.0\nsquared_error = 0.15\nsamples = 11\nvalue = 6.937", fillcolor="#eba069"] ;
209 -> 269 ;
270 [label="Walks <= 81.5\nsquared_error = 0.096\nsamples = 6\nvalue = 6.728", fillcolor="#eda774"] ;
269 -> 270 ;
271 [label="PutOuts <= 101.0\nsquared_error = 0.078\nsamples = 3\nvalue = 6.932", fillcolor="#eba069"] ;
270 -> 271 ;
272 [label="squared_error = 0.0\nsamples = 1\nvalue = 7.313", fillcolor="#e99254"] ;
271 -> 272 ;
273 [label="Hits <= 149.5\nsquared_error = 0.008\nsamples = 2\nvalue = 6.741", fillcolor="#eda674"] ;
271 -> 273 ;
274 [label="squared_error = 0.0\nsamples = 1\nvalue = 6.83", fillcolor="#eca36f"] ;
273 -> 274 ;
275 [label="squared_error = -0.0\nsamples = 1\nvalue = 6.653", fillcolor="#eda979"] ;
273 -> 275 ;
276 [label="Hits <= 129.0\nsquared_error = 0.031\nsamples = 3\nvalue = 6.524", fillcolor="#eeae80"] ;
270 -> 276 ;
277 [label="squared_error = 0.0\nsamples = 1\nvalue = 6.282", fillcolor="#f0b68d"] ;
276 -> 277 ;
278 [label="PutOuts <= 184.0\nsquared_error = 0.003\nsamples = 2\nvalue = 6.645", fillcolor="#edaa79"] ;
276 -> 278 ;
279 [label="squared_error = 0.0\nsamples = 1\nvalue = 6.586", fillcolor="#eeac7c"] ;
278 -> 279 ;
280 [label="squared_error = 0.0\nsamples = 1\nvalue = 6.703", fillcolor="#eda876"] ;
278 -> 280 ;
281 [label="RBI <= 62.5\nsquared_error = 0.098\nsamples = 5\nvalue = 7.188", fillcolor="#e9975b"] ;
269 -> 281 ;
282 [label="squared_error = 0.0\nsamples = 1\nvalue = 6.64", fillcolor="#edaa79"] ;
281 -> 282 ;
283 [label="Hits <= 166.5\nsquared_error = 0.029\nsamples = 4\nvalue = 7.325", fillcolor="#e89254"] ;
281 -> 283 ;
284 [label="RBI <= 78.5\nsquared_error = 0.004\nsamples = 2\nvalue = 7.485", fillcolor="#e78c4b"] ;
283 -> 284 ;
285 [label="squared_error = 0.0\nsamples = 1\nvalue = 7.421", fillcolor="#e88f4e"] ;
284 -> 285 ;
286 [label="squared_error = 0.0\nsamples = 1\nvalue = 7.55", fillcolor="#e78a47"] ;
284 -> 286 ;
287 [label="Hits <= 173.5\nsquared_error = 0.002\nsamples = 2\nvalue = 7.164", fillcolor="#ea985c"] ;
283 -> 287 ;
288 [label="squared_error = 0.0\nsamples = 1\nvalue = 7.121", fillcolor="#ea995f"] ;
287 -> 288 ;
289 [label="squared_error = -0.0\nsamples = 1\nvalue = 7.208", fillcolor="#e9965a"] ;
287 -> 289 ;
290 [label="Walks <= 47.0\nsquared_error = 0.128\nsamples = 8\nvalue = 7.257", fillcolor="#e99457"] ;
208 -> 290 ;
291 [label="Runs <= 59.5\nsquared_error = 0.066\nsamples = 3\nvalue = 6.95", fillcolor="#eb9f68"] ;
290 -> 291 ;
292 [label="squared_error = 0.0\nsamples = 1\nvalue = 7.279", fillcolor="#e99456"] ;
291 -> 292 ;
293 [label="Hits <= 150.0\nsquared_error = 0.017\nsamples = 2\nvalue = 6.786", fillcolor="#eca571"] ;
291 -> 293 ;
294 [label="squared_error = 0.0\nsamples = 1\nvalue = 6.916", fillcolor="#eba06a"] ;
293 -> 294 ;
295 [label="squared_error = 0.0\nsamples = 1\nvalue = 6.655", fillcolor="#eda978"] ;
293 -> 295 ;
296 [label="PutOuts <= 1113.5\nsquared_error = 0.076\nsamples = 5\nvalue = 7.441", fillcolor="#e88e4d"] ;
290 -> 296 ;
297 [label="Years <= 11.5\nsquared_error = 0.015\nsamples = 2\nvalue = 7.685", fillcolor="#e68540"] ;
296 -> 297 ;
298 [label="squared_error = 0.0\nsamples = 1\nvalue = 7.808", fillcolor="#e58139"] ;
297 -> 298 ;
299 [label="squared_error = -0.0\nsamples = 1\nvalue = 7.563", fillcolor="#e78a46"] ;
297 -> 299 ;
300 [label="Years <= 5.5\nsquared_error = 0.05\nsamples = 3\nvalue = 7.278", fillcolor="#e99456"] ;
296 -> 300 ;
301 [label="squared_error = 0.0\nsamples = 1\nvalue = 7.588", fillcolor="#e78945"] ;
300 -> 301 ;
302 [label="Runs <= 86.5\nsquared_error = 0.002\nsamples = 2\nvalue = 7.123", fillcolor="#ea995f"] ;
300 -> 302 ;
303 [label="squared_error = 0.0\nsamples = 1\nvalue = 7.076", fillcolor="#ea9b61"] ;
302 -> 303 ;
304 [label="squared_error = 0.0\nsamples = 1\nvalue = 7.17", fillcolor="#ea975c"] ;
302 -> 304 ;
}